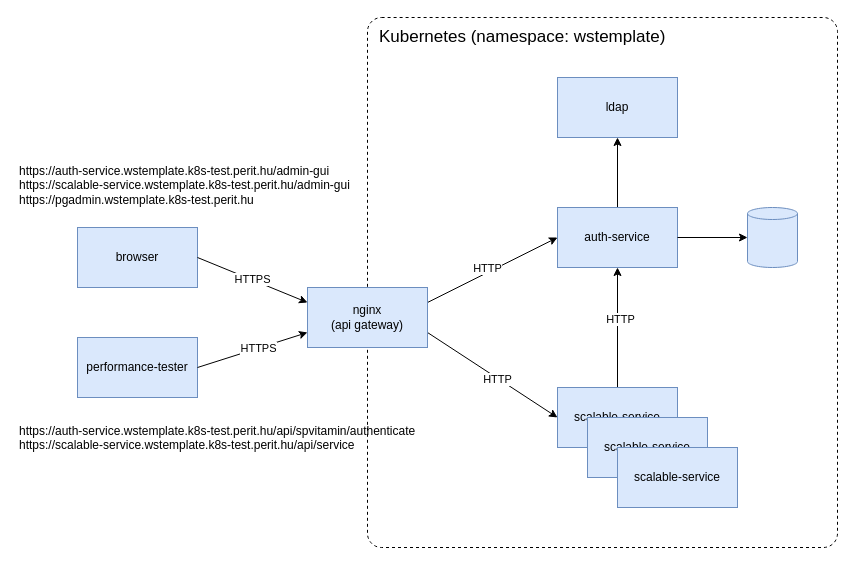
The draw.io diagram page "K8s" (2 of 2) of docs/wstemplate_architecture.drawio in nagypet/wstemplate, before the edit. Source tidied: cells renumbered, new cells numbered last; positions are measured from the earlier drawing's top-left corner, leaving out a move shared by most shapes. Both pictures are drawn from the tidied source at 100%, with x=0, y=0 at pixel (17, 17).
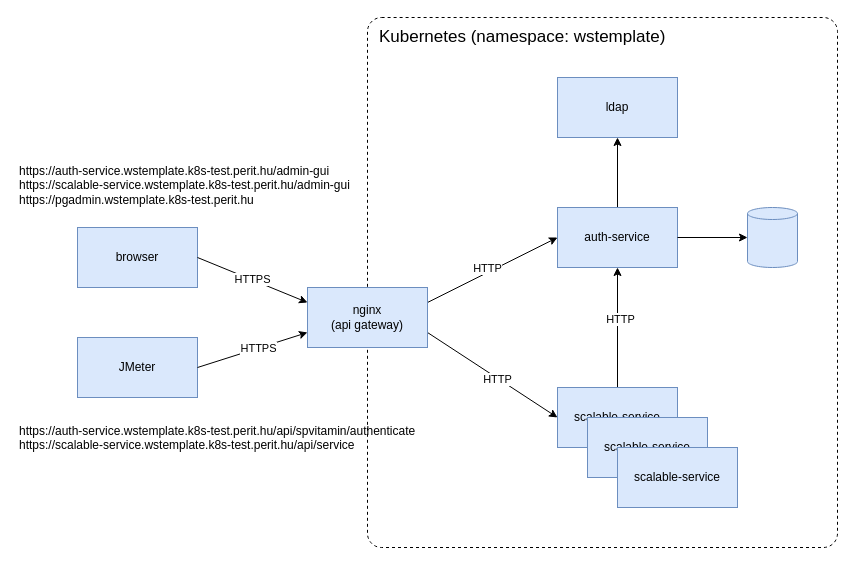
Above is the later version.

Commit message (it also covers changes not shown here):
JMeter script updated

What changed in the source:
```diff
@@
-    <mxCell id="10" value="performance-tester" style="rounded=0;whiteSpace=wrap;html=1;fillColor=#dae8fc;strokeColor=#6c8ebf;" parent="1" vertex="1">
+    <mxCell id="10" value="JMeter" style="rounded=0;whiteSpace=wrap;html=1;fillColor=#dae8fc;strokeColor=#6c8ebf;" parent="1" vertex="1">
       <mxGeometry x="60" y="320" width="120" height="60" as="geometry" />
     </mxCell>
```
